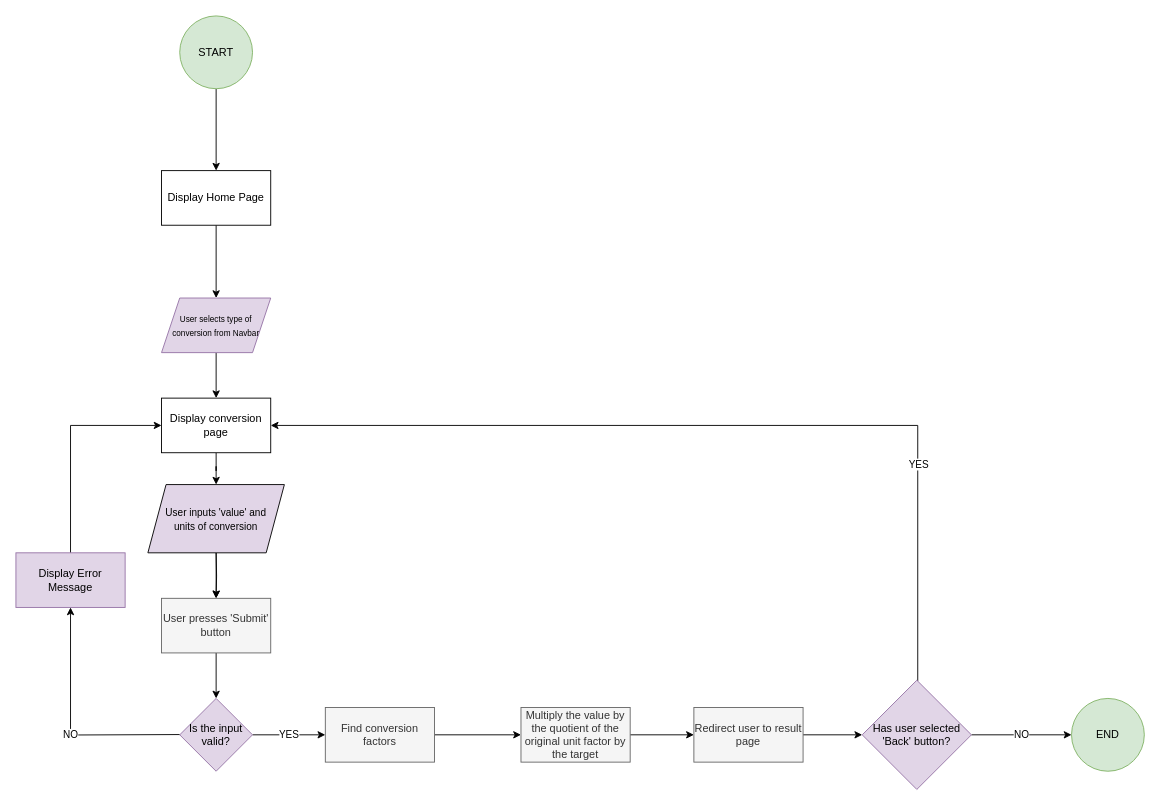
This is Activity_Chart.drawio from MichelePipi/flask-unit-converter-project, a draw.io file, before an edit. Source tidied: cells renumbered, new cells numbered last; positions are measured from the earlier drawing's top-left corner, leaving out a move shared by most shapes. Both pictures are drawn from the tidied source at 91%, with x=0, y=0 at pixel (15, 15).
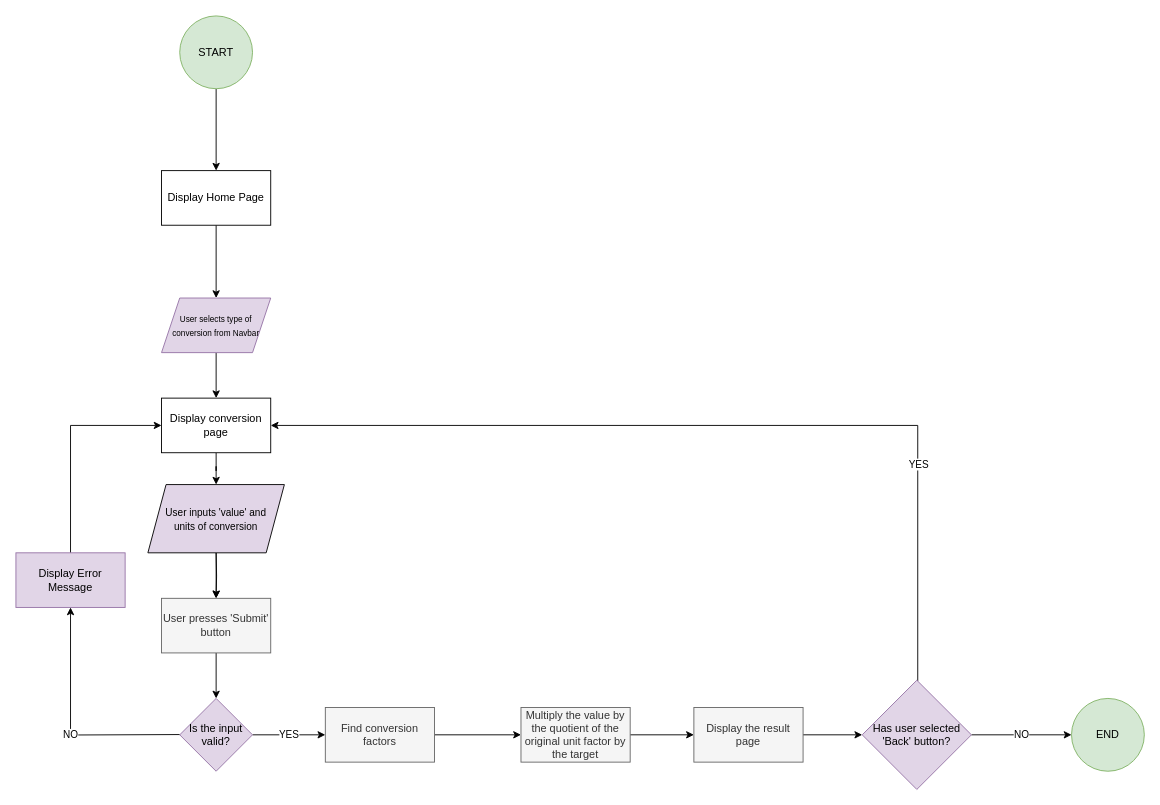
The same diagram, later.

Diff of the diagram source:
```diff
@@
-    <mxCell id="17" value="Redirect user to result page" style="whiteSpace=wrap;html=1;fillColor=#f5f5f5;strokeColor=#666666;fontColor=#333333;" parent="1" vertex="1">
+    <mxCell id="17" value="Display the result page" style="whiteSpace=wrap;html=1;fillColor=#f5f5f5;strokeColor=#666666;fontColor=#333333;" parent="1" vertex="1">
       <mxGeometry x="745" y="760" width="120" height="60" as="geometry" />
     </mxCell>
```
